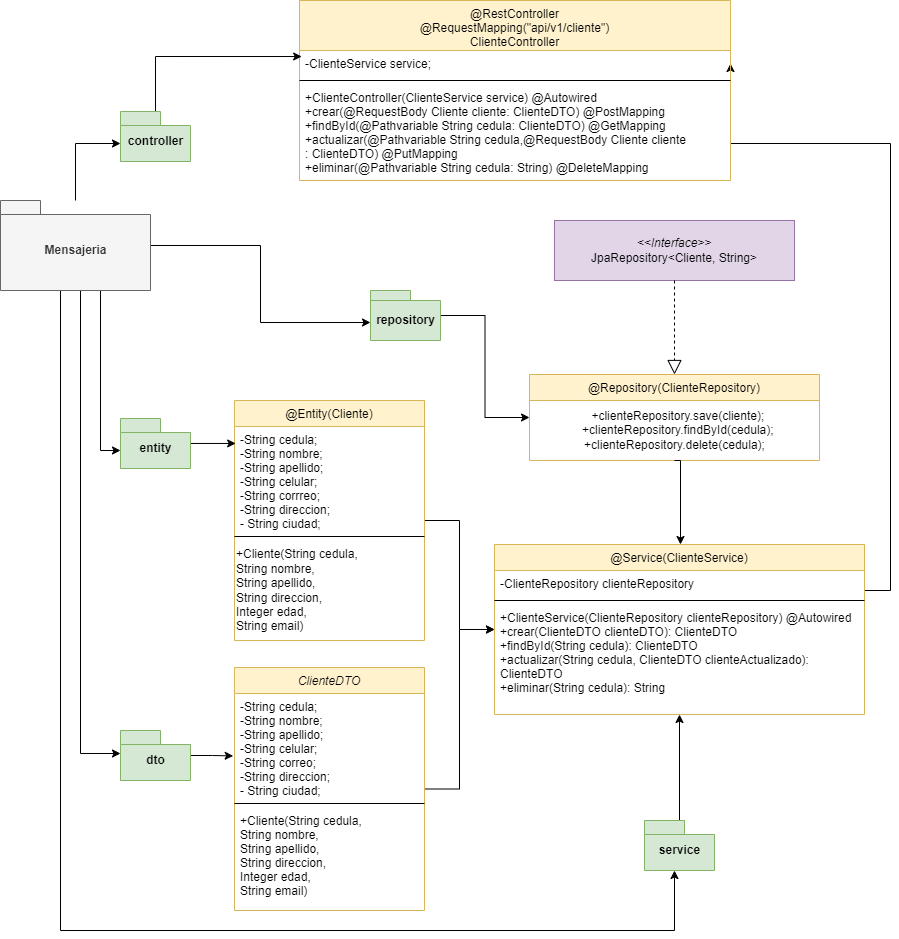
The draw.io diagram mensajeria_clase_cliente.drawio.png in Pipe1098/ProyectoIntegrador, before a commit. Source tidied: cells renumbered, new cells last; positions are measured from the earlier drawing's top-left corner, leaving out a move shared by most shapes.
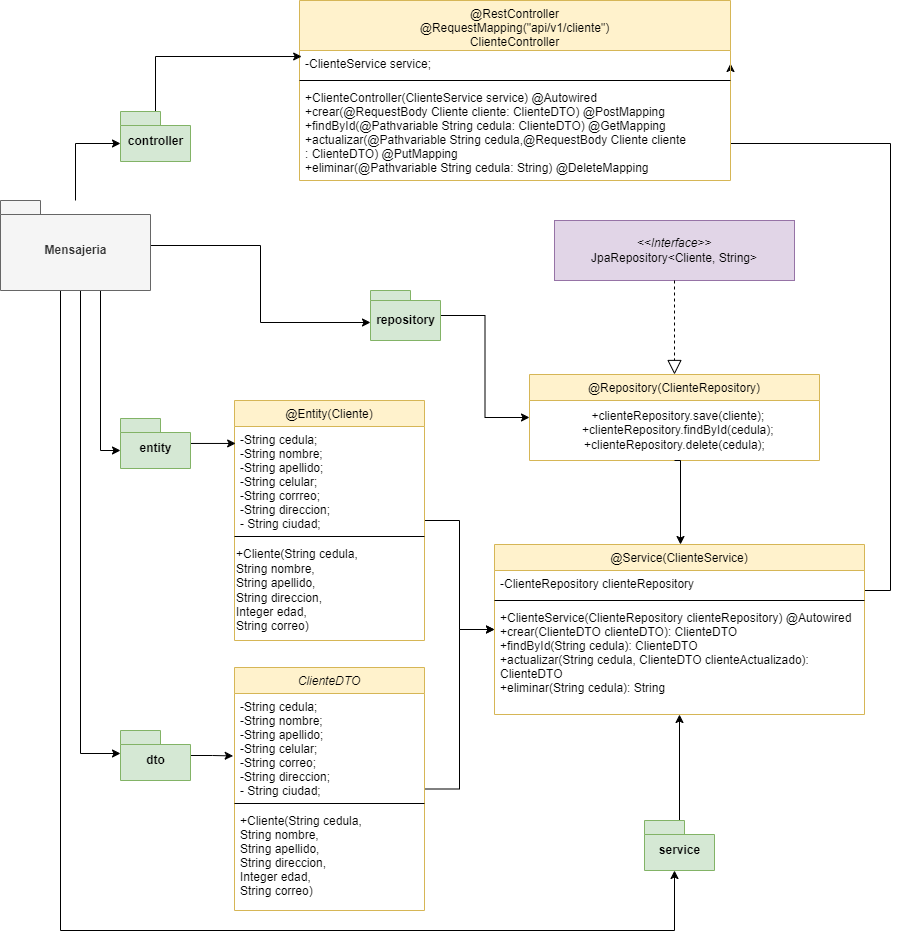
After the commit.

Diff of the diagram source:
```diff
@@ -14,7 +14,7 @@
     <mxCell id="5" style="line;html=1;strokeWidth=1;align=left;verticalAlign=middle;spacingTop=-1;spacingLeft=3;spacingRight=3;labelPosition=right;" parent="3" vertex="1">
       <mxGeometry y="132" width="190" height="8" as="geometry" />
     </mxCell>
-    <mxCell id="6" value="+Cliente(String cedula, &lt;br&gt;&lt;div style=&quot;&quot;&gt;&lt;span style=&quot;background-color: initial;&quot;&gt;String nombre,&amp;nbsp;&lt;/span&gt;&lt;/div&gt;&lt;div style=&quot;&quot;&gt;&lt;span style=&quot;background-color: initial;&quot;&gt;String apellido,&lt;/span&gt;&lt;/div&gt;&lt;div style=&quot;&quot;&gt;&lt;span style=&quot;background-color: initial;&quot;&gt;String direccion,&amp;nbsp;&lt;/span&gt;&lt;/div&gt;&lt;div style=&quot;&quot;&gt;&lt;span style=&quot;background-color: initial;&quot;&gt;Integer edad,&amp;nbsp;&lt;/span&gt;&lt;/div&gt;&lt;div style=&quot;&quot;&gt;&lt;span style=&quot;background-color: initial;&quot;&gt;String email)&lt;/span&gt;&lt;/div&gt;" style="text;html=1;align=left;verticalAlign=middle;strokeColor=none;fillColor=none;" parent="3" vertex="1">
+    <mxCell id="6" value="+Cliente(String cedula, &lt;br&gt;&lt;div style=&quot;&quot;&gt;&lt;span style=&quot;background-color: initial;&quot;&gt;String nombre,&amp;nbsp;&lt;/span&gt;&lt;/div&gt;&lt;div style=&quot;&quot;&gt;&lt;span style=&quot;background-color: initial;&quot;&gt;String apellido,&lt;/span&gt;&lt;/div&gt;&lt;div style=&quot;&quot;&gt;&lt;span style=&quot;background-color: initial;&quot;&gt;String direccion,&amp;nbsp;&lt;/span&gt;&lt;/div&gt;&lt;div style=&quot;&quot;&gt;&lt;span style=&quot;background-color: initial;&quot;&gt;Integer edad,&amp;nbsp;&lt;/span&gt;&lt;/div&gt;&lt;div style=&quot;&quot;&gt;&lt;span style=&quot;background-color: initial;&quot;&gt;String correo)&lt;/span&gt;&lt;/div&gt;" style="text;html=1;align=left;verticalAlign=middle;strokeColor=none;fillColor=none;" parent="3" vertex="1">
       <mxGeometry y="140" width="190" height="100" as="geometry" />
     </mxCell>
     <mxCell id="7" style="edgeStyle=orthogonalEdgeStyle;rounded=0;jettySize=auto;html=1;entryX=1;entryY=0.5;entryDx=0;entryDy=0;" parent="1" edge="1" source="8" target="16">
@@ -70,7 +70,7 @@
     <mxCell id="22" style="line;html=1;strokeWidth=1;align=left;verticalAlign=middle;spacingTop=-1;spacingLeft=3;spacingRight=3;labelPosition=right;" parent="20" vertex="1">
       <mxGeometry y="132" width="190" height="8" as="geometry" />
     </mxCell>
-    <mxCell id="23" value="+Cliente(String cedula,&#10;String nombre, &#10;String apellido,&#10;String direccion, &#10;Integer edad, &#10;String email)" style="text;align=left;verticalAlign=top;spacingLeft=4;spacingRight=4;overflow=hidden;" parent="20" vertex="1">
+    <mxCell id="23" value="+Cliente(String cedula,&#10;String nombre, &#10;String apellido,&#10;String direccion, &#10;Integer edad, &#10;String correo)" style="text;align=left;verticalAlign=top;spacingLeft=4;spacingRight=4;overflow=hidden;" parent="20" vertex="1">
       <mxGeometry y="140" width="190" height="94" as="geometry" />
     </mxCell>
     <mxCell id="24" style="endArrow=block;dashed=1;endFill=0;endSize=12;html=1;rounded=0;exitX=0.5;exitY=1;exitDx=0;exitDy=0;entryX=0.5;entryY=0;entryDx=0;entryDy=0;" parent="1" edge="1" source="14" target="12">
```
